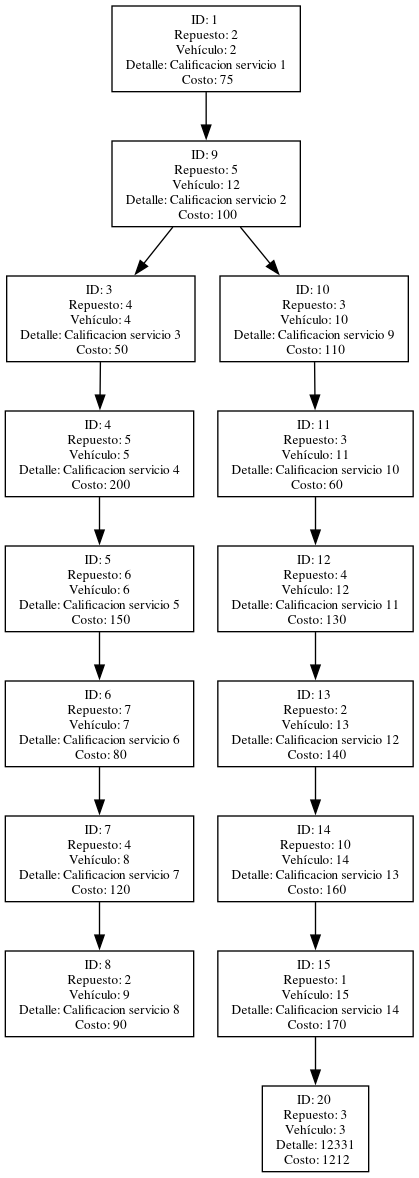
Above: Fase3/Reportes/BSL.png in CarlosdelCidUSAC/EDD-1S2025_202300625 (Graphviz), before the change. Its source is kept beside it as Fase3/reportedot/BSL.dot. Source of this version:
```dot
digraph G {
node [shape=record, fontsize=10];
"ID: 1 \n Repuesto: 2 \n Vehículo: 2 \n Detalle: Calificacion servicio 1 \n Costo: 75" -> "ID: 9 \n Repuesto: 5 \n Vehículo: 12 \n Detalle: Calificacion servicio 2 \n Costo: 100";
"ID: 9 \n Repuesto: 5 \n Vehículo: 12 \n Detalle: Calificacion servicio 2 \n Costo: 100" -> "ID: 3 \n Repuesto: 4 \n Vehículo: 4 \n Detalle: Calificacion servicio 3 \n Costo: 50";
"ID: 3 \n Repuesto: 4 \n Vehículo: 4 \n Detalle: Calificacion servicio 3 \n Costo: 50" -> "ID: 4 \n Repuesto: 5 \n Vehículo: 5 \n Detalle: Calificacion servicio 4 \n Costo: 200";
"ID: 4 \n Repuesto: 5 \n Vehículo: 5 \n Detalle: Calificacion servicio 4 \n Costo: 200" -> "ID: 5 \n Repuesto: 6 \n Vehículo: 6 \n Detalle: Calificacion servicio 5 \n Costo: 150";
"ID: 5 \n Repuesto: 6 \n Vehículo: 6 \n Detalle: Calificacion servicio 5 \n Costo: 150" -> "ID: 6 \n Repuesto: 7 \n Vehículo: 7 \n Detalle: Calificacion servicio 6 \n Costo: 80";
"ID: 6 \n Repuesto: 7 \n Vehículo: 7 \n Detalle: Calificacion servicio 6 \n Costo: 80" -> "ID: 7 \n Repuesto: 4 \n Vehículo: 8 \n Detalle: Calificacion servicio 7 \n Costo: 120";
"ID: 7 \n Repuesto: 4 \n Vehículo: 8 \n Detalle: Calificacion servicio 7 \n Costo: 120" -> "ID: 8 \n Repuesto: 2 \n Vehículo: 9 \n Detalle: Calificacion servicio 8 \n Costo: 90";
"ID: 9 \n Repuesto: 5 \n Vehículo: 12 \n Detalle: Calificacion servicio 2 \n Costo: 100" -> "ID: 10 \n Repuesto: 3 \n Vehículo: 10 \n Detalle: Calificacion servicio 9 \n Costo: 110";
"ID: 10 \n Repuesto: 3 \n Vehículo: 10 \n Detalle: Calificacion servicio 9 \n Costo: 110" -> "ID: 11 \n Repuesto: 3 \n Vehículo: 11 \n Detalle: Calificacion servicio 10 \n Costo: 60";
"ID: 11 \n Repuesto: 3 \n Vehículo: 11 \n Detalle: Calificacion servicio 10 \n Costo: 60" -> "ID: 12 \n Repuesto: 4 \n Vehículo: 12 \n Detalle: Calificacion servicio 11 \n Costo: 130";
"ID: 12 \n Repuesto: 4 \n Vehículo: 12 \n Detalle: Calificacion servicio 11 \n Costo: 130" -> "ID: 13 \n Repuesto: 2 \n Vehículo: 13 \n Detalle: Calificacion servicio 12 \n Costo: 140";
"ID: 13 \n Repuesto: 2 \n Vehículo: 13 \n Detalle: Calificacion servicio 12 \n Costo: 140" -> "ID: 14 \n Repuesto: 10 \n Vehículo: 14 \n Detalle: Calificacion servicio 13 \n Costo: 160";
"ID: 14 \n Repuesto: 10 \n Vehículo: 14 \n Detalle: Calificacion servicio 13 \n Costo: 160" -> "ID: 15 \n Repuesto: 1 \n Vehículo: 15 \n Detalle: Calificacion servicio 14 \n Costo: 170";
"ID: 15 \n Repuesto: 1 \n Vehículo: 15 \n Detalle: Calificacion servicio 14 \n Costo: 170" -> "ID: 20 \n Repuesto: 3 \n Vehículo: 3 \n Detalle: 12331 \n Costo: 1212";
}
```
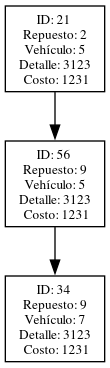
Above is the later version.

Diff of the diagram source:
```diff
@@ -1,17 +1,5 @@
 digraph G {
 node [shape=record, fontsize=10];
-"ID: 1 \n Repuesto: 2 \n Vehículo: 2 \n Detalle: Calificacion servicio 1 \n Costo: 75" -> "ID: 9 \n Repuesto: 5 \n Vehículo: 12 \n Detalle: Calificacion servicio 2 \n Costo: 100";
-"ID: 9 \n Repuesto: 5 \n Vehículo: 12 \n Detalle: Calificacion servicio 2 \n Costo: 100" -> "ID: 3 \n Repuesto: 4 \n Vehículo: 4 \n Detalle: Calificacion servicio 3 \n Costo: 50";
-"ID: 3 \n Repuesto: 4 \n Vehículo: 4 \n Detalle: Calificacion servicio 3 \n Costo: 50" -> "ID: 4 \n Repuesto: 5 \n Vehículo: 5 \n Detalle: Calificacion servicio 4 \n Costo: 200";
-"ID: 4 \n Repuesto: 5 \n Vehículo: 5 \n Detalle: Calificacion servicio 4 \n Costo: 200" -> "ID: 5 \n Repuesto: 6 \n Vehículo: 6 \n Detalle: Calificacion servicio 5 \n Costo: 150";
-"ID: 5 \n Repuesto: 6 \n Vehículo: 6 \n Detalle: Calificacion servicio 5 \n Costo: 150" -> "ID: 6 \n Repuesto: 7 \n Vehículo: 7 \n Detalle: Calificacion servicio 6 \n Costo: 80";
-"ID: 6 \n Repuesto: 7 \n Vehículo: 7 \n Detalle: Calificacion servicio 6 \n Costo: 80" -> "ID: 7 \n Repuesto: 4 \n Vehículo: 8 \n Detalle: Calificacion servicio 7 \n Costo: 120";
-"ID: 7 \n Repuesto: 4 \n Vehículo: 8 \n Detalle: Calificacion servicio 7 \n Costo: 120" -> "ID: 8 \n Repuesto: 2 \n Vehículo: 9 \n Detalle: Calificacion servicio 8 \n Costo: 90";
-"ID: 9 \n Repuesto: 5 \n Vehículo: 12 \n Detalle: Calificacion servicio 2 \n Costo: 100" -> "ID: 10 \n Repuesto: 3 \n Vehículo: 10 \n Detalle: Calificacion servicio 9 \n Costo: 110";
-"ID: 10 \n Repuesto: 3 \n Vehículo: 10 \n Detalle: Calificacion servicio 9 \n Costo: 110" -> "ID: 11 \n Repuesto: 3 \n Vehículo: 11 \n Detalle: Calificacion servicio 10 \n Costo: 60";
-"ID: 11 \n Repuesto: 3 \n Vehículo: 11 \n Detalle: Calificacion servicio 10 \n Costo: 60" -> "ID: 12 \n Repuesto: 4 \n Vehículo: 12 \n Detalle: Calificacion servicio 11 \n Costo: 130";
-"ID: 12 \n Repuesto: 4 \n Vehículo: 12 \n Detalle: Calificacion servicio 11 \n Costo: 130" -> "ID: 13 \n Repuesto: 2 \n Vehículo: 13 \n Detalle: Calificacion servicio 12 \n Costo: 140";
-"ID: 13 \n Repuesto: 2 \n Vehículo: 13 \n Detalle: Calificacion servicio 12 \n Costo: 140" -> "ID: 14 \n Repuesto: 10 \n Vehículo: 14 \n Detalle: Calificacion servicio 13 \n Costo: 160";
-"ID: 14 \n Repuesto: 10 \n Vehículo: 14 \n Detalle: Calificacion servicio 13 \n Costo: 160" -> "ID: 15 \n Repuesto: 1 \n Vehículo: 15 \n Detalle: Calificacion servicio 14 \n Costo: 170";
-"ID: 15 \n Repuesto: 1 \n Vehículo: 15 \n Detalle: Calificacion servicio 14 \n Costo: 170" -> "ID: 20 \n Repuesto: 3 \n Vehículo: 3 \n Detalle: 12331 \n Costo: 1212";
+"ID: 21 \n Repuesto: 2 \n Vehículo: 5 \n Detalle: 3123 \n Costo: 1231" -> "ID: 56 \n Repuesto: 9 \n Vehículo: 5 \n Detalle: 3123 \n Costo: 1231";
+"ID: 56 \n Repuesto: 9 \n Vehículo: 5 \n Detalle: 3123 \n Costo: 1231" -> "ID: 34 \n Repuesto: 9 \n Vehículo: 7 \n Detalle: 3123 \n Costo: 1231";
 }
```
